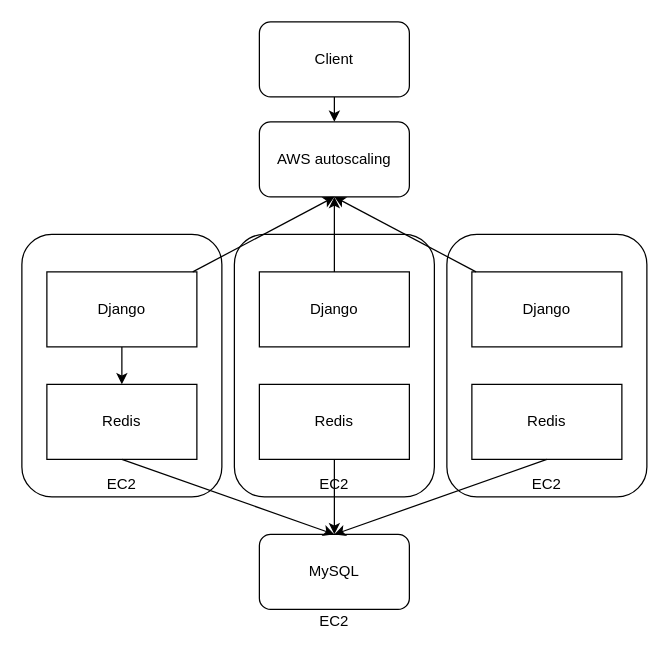
Before: architecture.drawio in flyotlin/fast_url_shortener, a draw.io diagram. Source tidied: cells renumbered, new cells numbered last; positions are measured from the earlier drawing's top-left corner, leaving out a move shared by most shapes. Both pictures are drawn from the tidied source at 125%, with x=0, y=0 at pixel (21, 21).
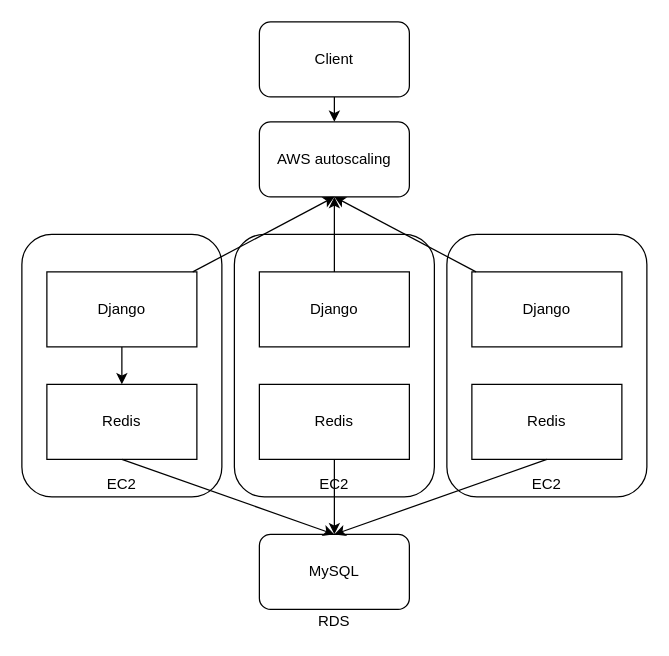
After the change.

Commit message:
modified: MySQL powered by Amazon RDS

Diff of the diagram source:
```diff
@@
-    <mxCell id="22" value="EC2" style="text;html=1;strokeColor=none;fillColor=none;align=center;verticalAlign=middle;whiteSpace=wrap;rounded=0;" parent="1" vertex="1">
+    <mxCell id="22" value="RDS" style="text;html=1;strokeColor=none;fillColor=none;align=center;verticalAlign=middle;whiteSpace=wrap;rounded=0;" parent="1" vertex="1">
       <mxGeometry x="230" y="470" width="40" height="20" as="geometry" />
     </mxCell>
```
